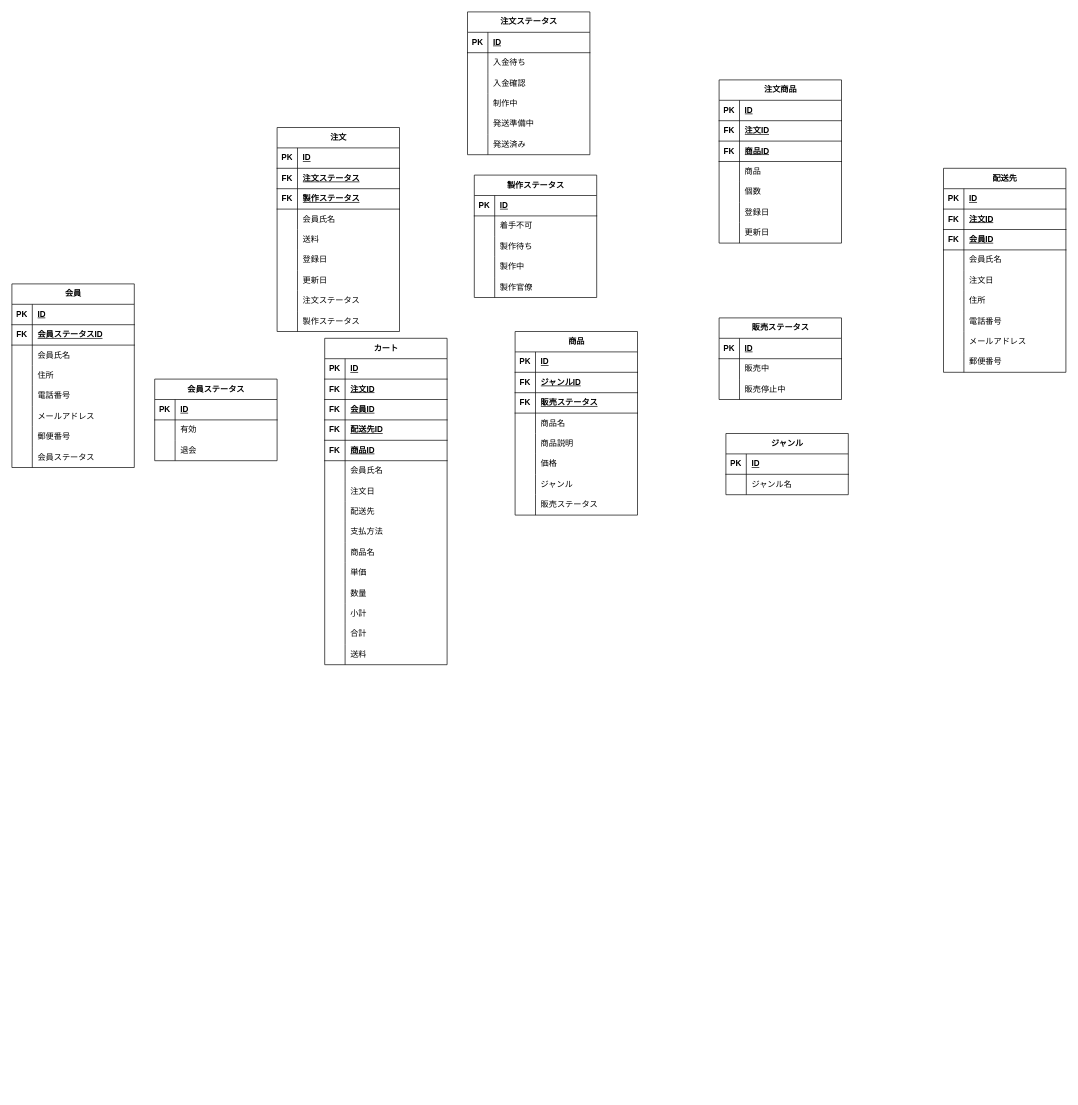
Before: page "Page-1" (1 of 2) of 名称未設定ファイル.drawio in Chiipapapooh/Applied-assignment7-, a draw.io diagram. Source tidied: cells renumbered, new cells numbered last; positions are measured from the earlier drawing's top-left corner, leaving out a move shared by most shapes. Both pictures are drawn from the tidied source at 68%, with x=0, y=0 at pixel (12, 12).
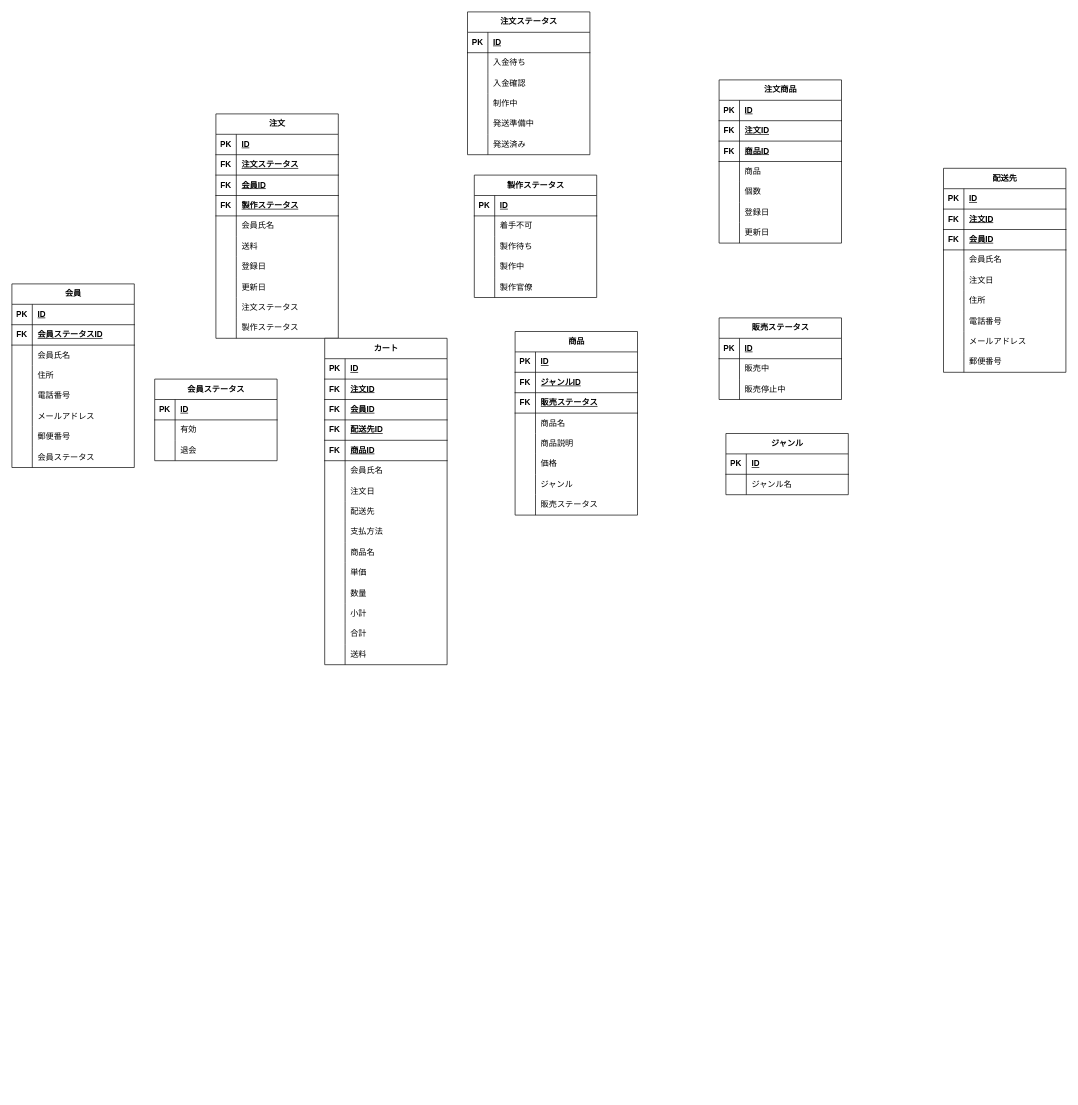
The same page after the edit.

Commit message (it also covers changes not shown here):
名称未設定ファイル.drawio を更新します

The edit, as a diff of the source:
```diff
@@
     <mxCell id="27" value="注文" style="shape=table;startSize=30;childLayout=tableLayout;rowLines=0;fontStyle=1;align=center;html=1;" parent="1" vertex="1">
-      <mxGeometry x="390" y="170" width="180" height="300" as="geometry" />
+      <mxGeometry x="300" y="150" width="180" height="330" as="geometry" />
     </mxCell>
@@
+    <mxCell id="239" style="shape=tableRow;horizontal=0;startSize=0;swimlaneHead=0;swimlaneBody=0;fillColor=none;top=0;left=0;right=0;bottom=1;" parent="27" vertex="1">
+      <mxGeometry y="90" width="180" height="30" as="geometry" />
+    </mxCell>
+    <mxCell id="240" value="FK" style="shape=partialRectangle;fillColor=none;top=0;left=0;bottom=0;right=0;fontStyle=1;overflow=hidden;whiteSpace=wrap;html=1;" parent="239" vertex="1">
+      <mxGeometry width="30" height="30" as="geometry" />
+    </mxCell>
+    <mxCell id="241" value="会員ID" style="shape=partialRectangle;fillColor=none;top=0;left=0;bottom=0;right=0;align=left;spacingLeft=6;fontStyle=5;overflow=hidden;whiteSpace=wrap;html=1;" parent="239" vertex="1">
+      <mxGeometry x="30" width="150" height="30" as="geometry" />
+    </mxCell>
     <mxCell id="34" style="shape=tableRow;horizontal=0;startSize=0;swimlaneHead=0;swimlaneBody=0;fillColor=none;top=0;left=0;right=0;bottom=1;" parent="27" vertex="1">
-      <mxGeometry y="90" width="180" height="30" as="geometry" />
+      <mxGeometry y="120" width="180" height="30" as="geometry" />
     </mxCell>
@@
     <mxCell id="37" style="shape=tableRow;horizontal=0;startSize=0;swimlaneHead=0;swimlaneBody=0;fillColor=none;top=0;left=0;right=0;bottom=0;" parent="27" vertex="1">
-      <mxGeometry y="120" width="180" height="30" as="geometry" />
+      <mxGeometry y="150" width="180" height="30" as="geometry" />
     </mxCell>
@@
     <mxCell id="40" style="shape=tableRow;horizontal=0;startSize=0;swimlaneHead=0;swimlaneBody=0;fillColor=none;top=0;left=0;right=0;bottom=0;" parent="27" vertex="1">
-      <mxGeometry y="150" width="180" height="30" as="geometry" />
+      <mxGeometry y="180" width="180" height="30" as="geometry" />
     </mxCell>
@@
     <mxCell id="43" style="shape=tableRow;horizontal=0;startSize=0;swimlaneHead=0;swimlaneBody=0;fillColor=none;top=0;left=0;right=0;bottom=0;" parent="27" vertex="1">
-      <mxGeometry y="180" width="180" height="30" as="geometry" />
+      <mxGeometry y="210" width="180" height="30" as="geometry" />
     </mxCell>
@@
     <mxCell id="46" style="shape=tableRow;horizontal=0;startSize=0;swimlaneHead=0;swimlaneBody=0;fillColor=none;top=0;left=0;right=0;bottom=0;" parent="27" vertex="1">
-      <mxGeometry y="210" width="180" height="30" as="geometry" />
+      <mxGeometry y="240" width="180" height="30" as="geometry" />
     </mxCell>
@@
     <mxCell id="49" style="shape=tableRow;horizontal=0;startSize=0;swimlaneHead=0;swimlaneBody=0;fillColor=none;top=0;left=0;right=0;bottom=0;" parent="27" vertex="1">
-      <mxGeometry y="240" width="180" height="30" as="geometry" />
+      <mxGeometry y="270" width="180" height="30" as="geometry" />
     </mxCell>
@@
     <mxCell id="52" style="shape=tableRow;horizontal=0;startSize=0;swimlaneHead=0;swimlaneBody=0;fillColor=none;top=0;left=0;right=0;bottom=0;" parent="27" vertex="1">
-      <mxGeometry y="270" width="180" height="30" as="geometry" />
+      <mxGeometry y="300" width="180" height="30" as="geometry" />
     </mxCell>
```
